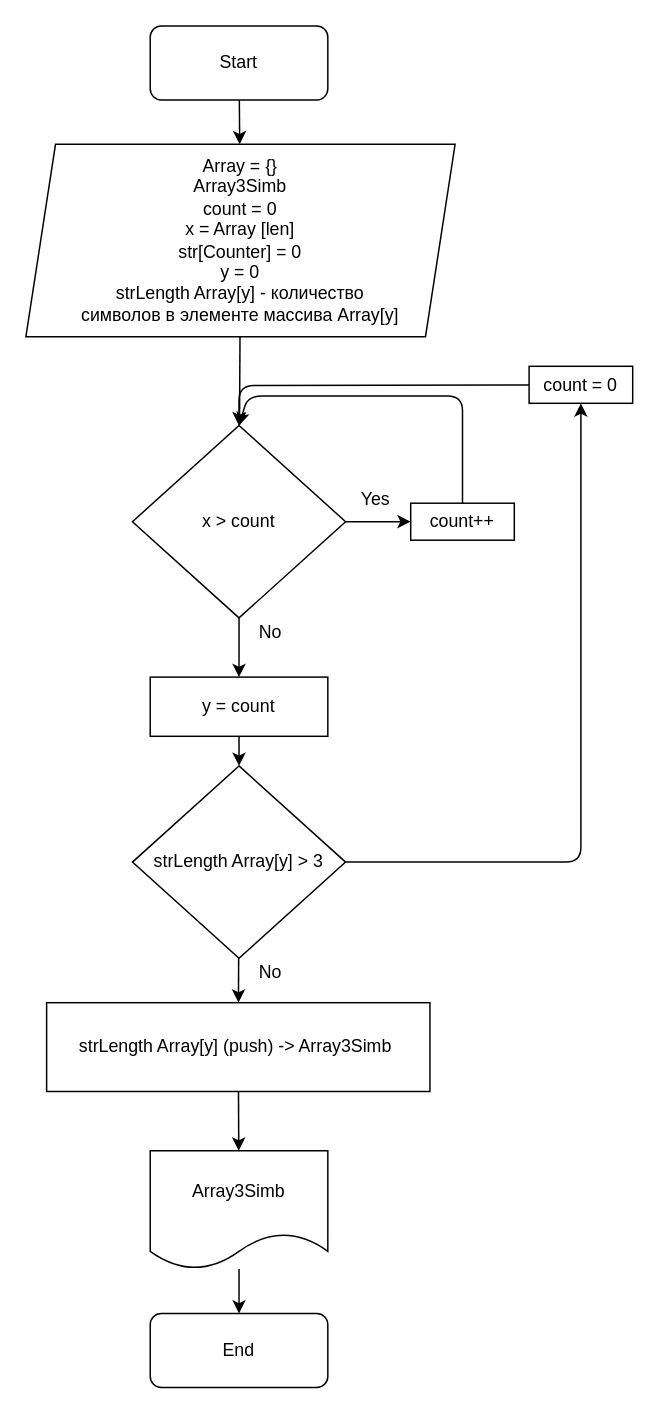
This is DrawioDiagram3SimbAlgo.drawio from DenWeeney/3SimbAlgo, a draw.io file, before an edit. Source tidied: cells renumbered, new cells numbered last; positions are measured from the earlier drawing's top-left corner, leaving out a move shared by most shapes. Both pictures are drawn from the tidied source at 148%, with x=0, y=0 at pixel (25, 25).
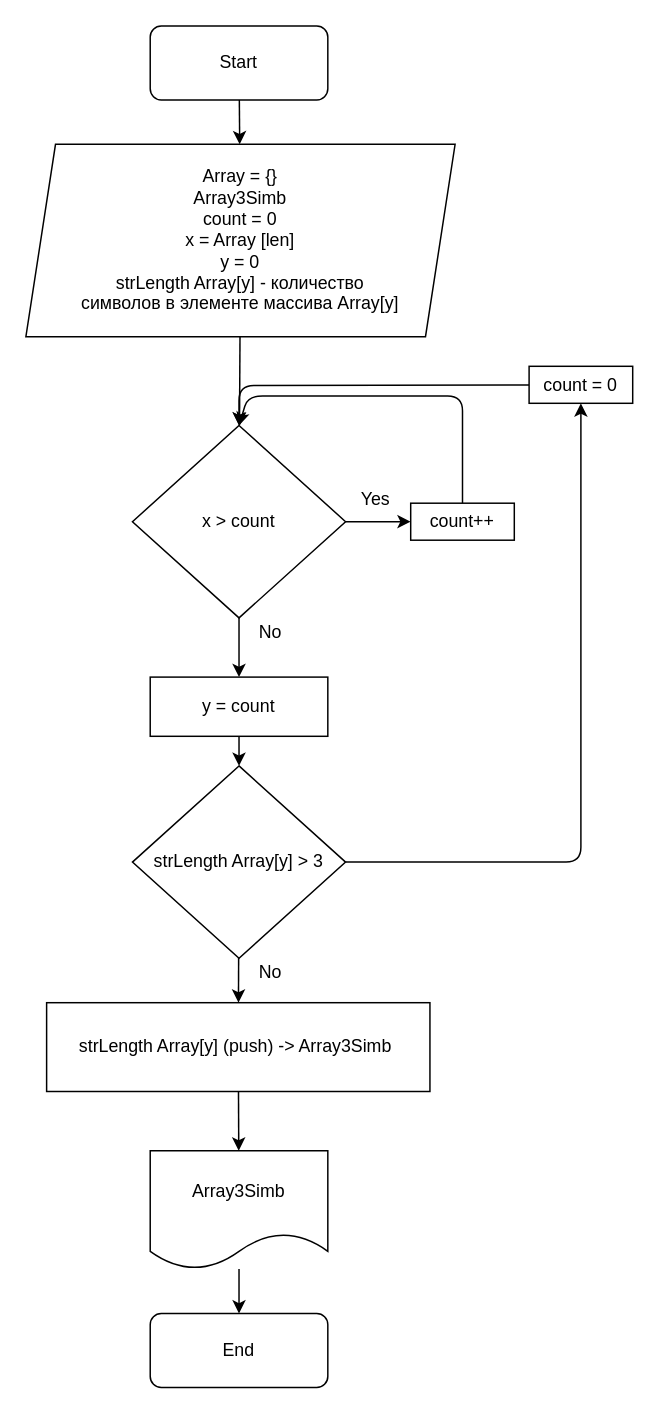
The same page after the edit.

Diff of the diagram source:
```diff
@@
-    <mxCell id="8" value="Array = {}&lt;br&gt;Array3Simb&lt;br&gt;count = 0&lt;br&gt;x = Array [len]&lt;br&gt;str[Counter] = 0&lt;br&gt;y = 0&lt;br&gt;strLength Array[y]&amp;nbsp;- количество &lt;br&gt;символов в элементе массива Array[y]" style="shape=parallelogram;perimeter=parallelogramPerimeter;whiteSpace=wrap;html=1;fixedSize=1;" parent="1" vertex="1">
+    <mxCell id="8" value="Array = {}&lt;br&gt;Array3Simb&lt;br&gt;count = 0&lt;br&gt;x = Array [len]&lt;br&gt;y = 0&lt;br&gt;strLength Array[y]&amp;nbsp;- количество &lt;br&gt;символов в элементе массива Array[y]" style="shape=parallelogram;perimeter=parallelogramPerimeter;whiteSpace=wrap;html=1;fixedSize=1;" parent="1" vertex="1">
       <mxGeometry y="80" width="290" height="130" as="geometry" />
     </mxCell>
```
